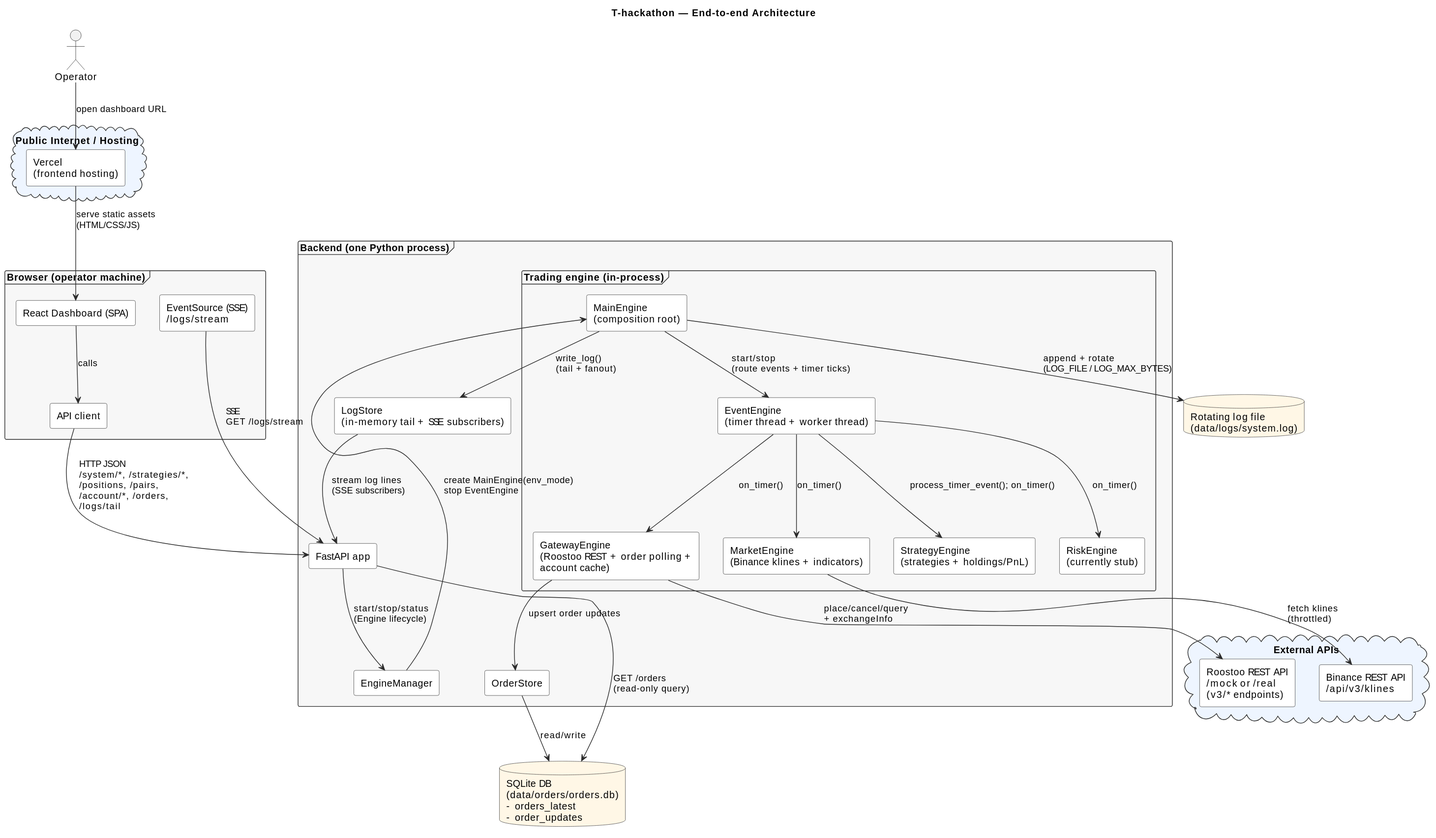
Above: doc/ARCHITECTURE.svg in DuFanYin/T-hackathon (PlantUML), before the change. Its diagram source:
```plantuml
@startuml

skinparam shadowing false
skinparam componentStyle rectangle
skinparam defaultTextAlignment left
skinparam wrapWidth 240

skinparam ArrowColor #2B2B2B
skinparam ArrowThickness 1

skinparam rectangle {
  BackgroundColor #FFFFFF
  BorderColor #2B2B2B
}

skinparam database {
  BackgroundColor #FFF7E6
  BorderColor #2B2B2B
}

skinparam cloud {
  BackgroundColor #EEF5FF
  BorderColor #2B2B2B
}

skinparam frame {
  BackgroundColor #F7F7F7
  BorderColor #2B2B2B
}

title T-hackathon — End-to-end Architecture

actor Operator as op

cloud "Public Internet / Hosting" as hosting {
  rectangle "Vercel\n(frontend hosting)" as vercel
}

frame "Browser (operator machine)" as browser {
  rectangle "React Dashboard (SPA)" as ui
  rectangle "API client" as ui_api
  rectangle "EventSource (SSE)\n/logs/stream" as sse
}

frame "Backend (one Python process)" as backend {
  rectangle "FastAPI app" as fastapi
  rectangle "EngineManager" as mgr

  frame "Trading engine (in-process)" as engine {
    rectangle "MainEngine\n(composition root)" as main
    rectangle "EventEngine\n(timer thread + worker thread)" as event

    rectangle "GatewayEngine\n(Roostoo REST + order polling + account cache)" as gateway
    rectangle "MarketEngine\n(Binance klines + indicators)" as market
    rectangle "StrategyEngine\n(strategies + holdings/PnL)" as strat
    rectangle "RiskEngine\n(currently stub)" as risk
  }

  rectangle "OrderStore" as order_store
  rectangle "LogStore\n(in-memory tail + SSE subscribers)" as log_store
}

database "SQLite DB\n(data/orders/orders.db)\n- orders_latest\n- order_updates" as sqlite
database "Rotating log file\n(data/logs/system.log)" as log_file

cloud "External APIs" as external {
  rectangle "Roostoo REST API\n/mock or /real\n(v3/* endpoints)" as roostoo
  rectangle "Binance REST API\n/api/v3/klines" as binance
}

op --> vercel : open dashboard URL
vercel --> ui : serve static assets\n(HTML/CSS/JS)

ui --> ui_api : calls
ui_api --> fastapi : HTTP JSON\n/system/*, /strategies/*,\n/positions, /pairs,\n/account/*, /orders,\n/logs/tail
sse --> fastapi : SSE\nGET /logs/stream

fastapi --> mgr : start/stop/status\n(Engine lifecycle)
mgr --> main : create MainEngine(env_mode)\nstop EventEngine

main --> event : start/stop\n(route events + timer ticks)
event --> market : on_timer()
event --> gateway : on_timer()
event --> strat : process_timer_event(); on_timer()
event --> risk : on_timer()

main --> log_store : write_log()\n(tail + fanout)
log_store --> fastapi : stream log lines\n(SSE subscribers)
main --> log_file : append + rotate\n(LOG_FILE / LOG_MAX_BYTES)

gateway --> roostoo : place/cancel/query\n+ exchangeInfo
market --> binance : fetch klines\n(throttled)

gateway --> order_store : upsert order updates
order_store --> sqlite : read/write
fastapi --> sqlite : GET /orders\n(read-only query)
@enduml
```
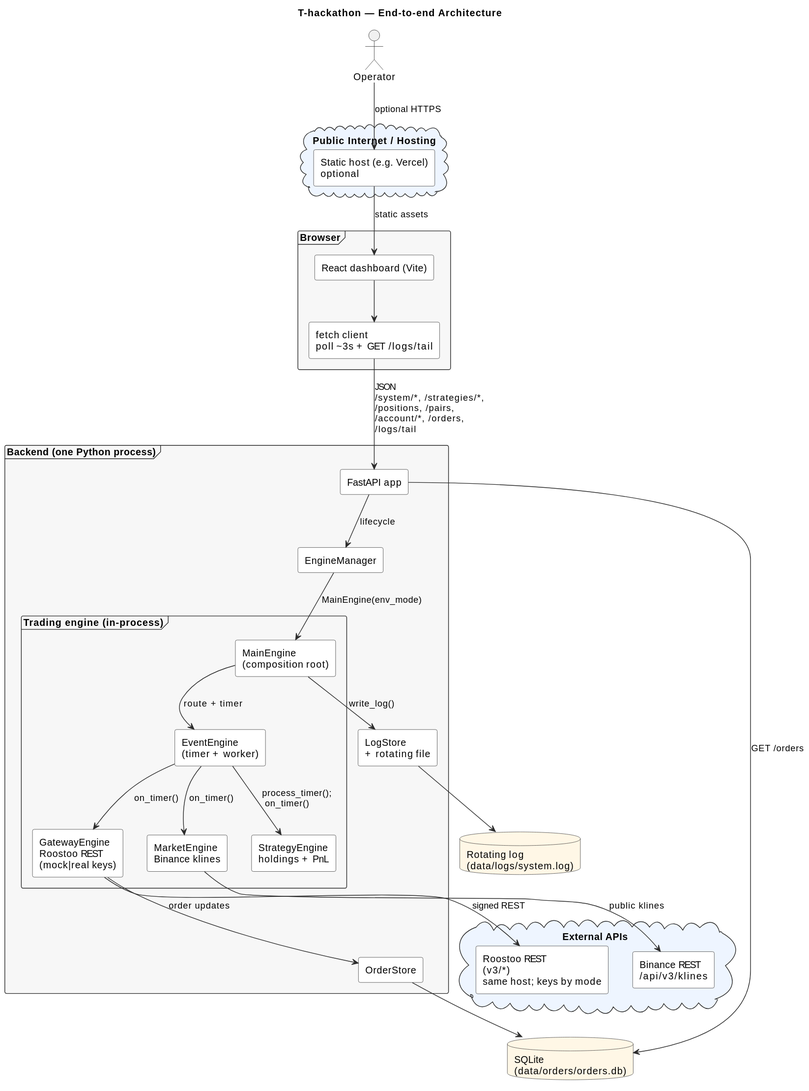
After the commit.

Change to the diagram source:
```diff
@@ -33,13 +33,12 @@
 actor Operator as op
 
 cloud "Public Internet / Hosting" as hosting {
-  rectangle "Vercel\n(frontend hosting)" as vercel
+  rectangle "Static host (e.g. Vercel)\noptional" as vercel
 }
 
-frame "Browser (operator machine)" as browser {
-  rectangle "React Dashboard (SPA)" as ui
-  rectangle "API client" as ui_api
-  rectangle "EventSource (SSE)\n/logs/stream" as sse
+frame "Browser" as browser {
+  rectangle "React dashboard (Vite)" as ui
+  rectangle "fetch client\npoll ~3s + GET /logs/tail" as ui_api
 }
 
 frame "Backend (one Python process)" as backend {
@@ -48,50 +47,46 @@
 
   frame "Trading engine (in-process)" as engine {
     rectangle "MainEngine\n(composition root)" as main
-    rectangle "EventEngine\n(timer thread + worker thread)" as event
+    rectangle "EventEngine\n(timer + worker)" as event
 
-    rectangle "GatewayEngine\n(Roostoo REST + order polling + account cache)" as gateway
-    rectangle "MarketEngine\n(Binance klines + indicators)" as market
-    rectangle "StrategyEngine\n(strategies + holdings/PnL)" as strat
-    rectangle "RiskEngine\n(currently stub)" as risk
+    rectangle "GatewayEngine\nRoostoo REST\n(mock|real keys)" as gateway
+    rectangle "MarketEngine\nBinance klines" as market
+    rectangle "StrategyEngine\nholdings + PnL" as strat
   }
 
   rectangle "OrderStore" as order_store
-  rectangle "LogStore\n(in-memory tail + SSE subscribers)" as log_store
+  rectangle "LogStore\n+ rotating file" as log_store
 }
 
-database "SQLite DB\n(data/orders/orders.db)\n- orders_latest\n- order_updates" as sqlite
-database "Rotating log file\n(data/logs/system.log)" as log_file
+database "SQLite\n(data/orders/orders.db)" as sqlite
+database "Rotating log\n(data/logs/system.log)" as log_file
 
 cloud "External APIs" as external {
-  rectangle "Roostoo REST API\n/mock or /real\n(v3/* endpoints)" as roostoo
-  rectangle "Binance REST API\n/api/v3/klines" as binance
+  rectangle "Roostoo REST\n(v3/*)\nsame host; keys by mode" as roostoo
+  rectangle "Binance REST\n/api/v3/klines" as binance
 }
 
-op --> vercel : open dashboard URL
-vercel --> ui : serve static assets\n(HTML/CSS/JS)
+op --> vercel : optional HTTPS
+vercel --> ui : static assets
 
-ui --> ui_api : calls
-ui_api --> fastapi : HTTP JSON\n/system/*, /strategies/*,\n/positions, /pairs,\n/account/*, /orders,\n/logs/tail
-sse --> fastapi : SSE\nGET /logs/stream
+ui --> ui_api
+ui_api --> fastapi : JSON\n/system/*, /strategies/*,\n/positions, /pairs,\n/account/*, /orders,\n/logs/tail
 
-fastapi --> mgr : start/stop/status\n(Engine lifecycle)
-mgr --> main : create MainEngine(env_mode)\nstop EventEngine
+fastapi --> mgr : lifecycle
+mgr --> main : MainEngine(env_mode)
 
-main --> event : start/stop\n(route events + timer ticks)
+main --> event : route + timer
 event --> market : on_timer()
 event --> gateway : on_timer()
-event --> strat : process_timer_event(); on_timer()
-event --> risk : on_timer()
+event --> strat : process_timer();\n on_timer()
 
-main --> log_store : write_log()\n(tail + fanout)
-log_store --> fastapi : stream log lines\n(SSE subscribers)
-main --> log_file : append + rotate\n(LOG_FILE / LOG_MAX_BYTES)
+main --> log_store : write_log()
+log_store --> log_file
 
-gateway --> roostoo : place/cancel/query\n+ exchangeInfo
-market --> binance : fetch klines\n(throttled)
+gateway --> roostoo : signed REST
+market --> binance : public klines
 
-gateway --> order_store : upsert order updates
-order_store --> sqlite : read/write
-fastapi --> sqlite : GET /orders\n(read-only query)
+gateway --> order_store : order updates
+order_store --> sqlite
+fastapi --> sqlite : GET /orders
 @enduml
```
